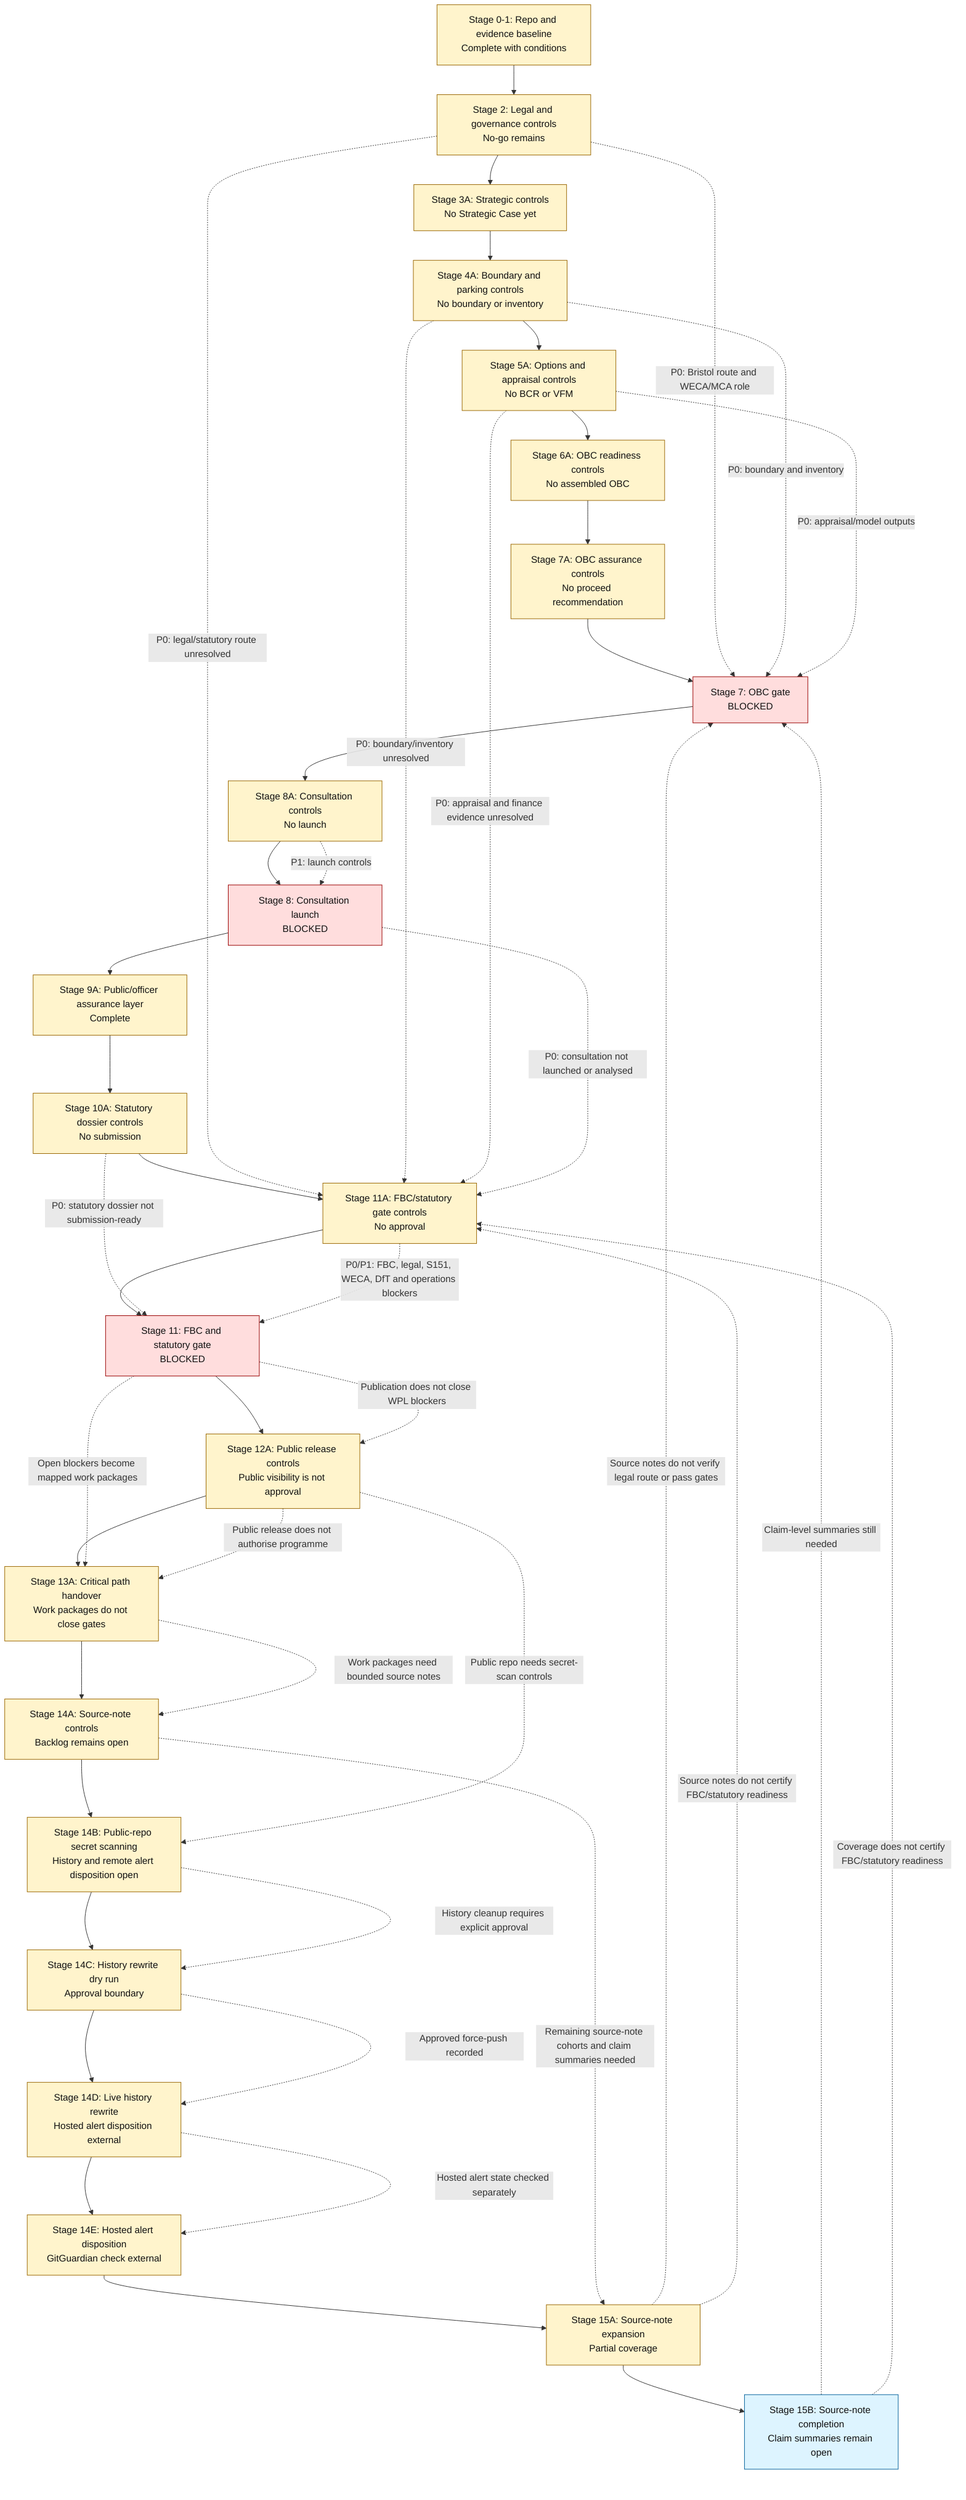
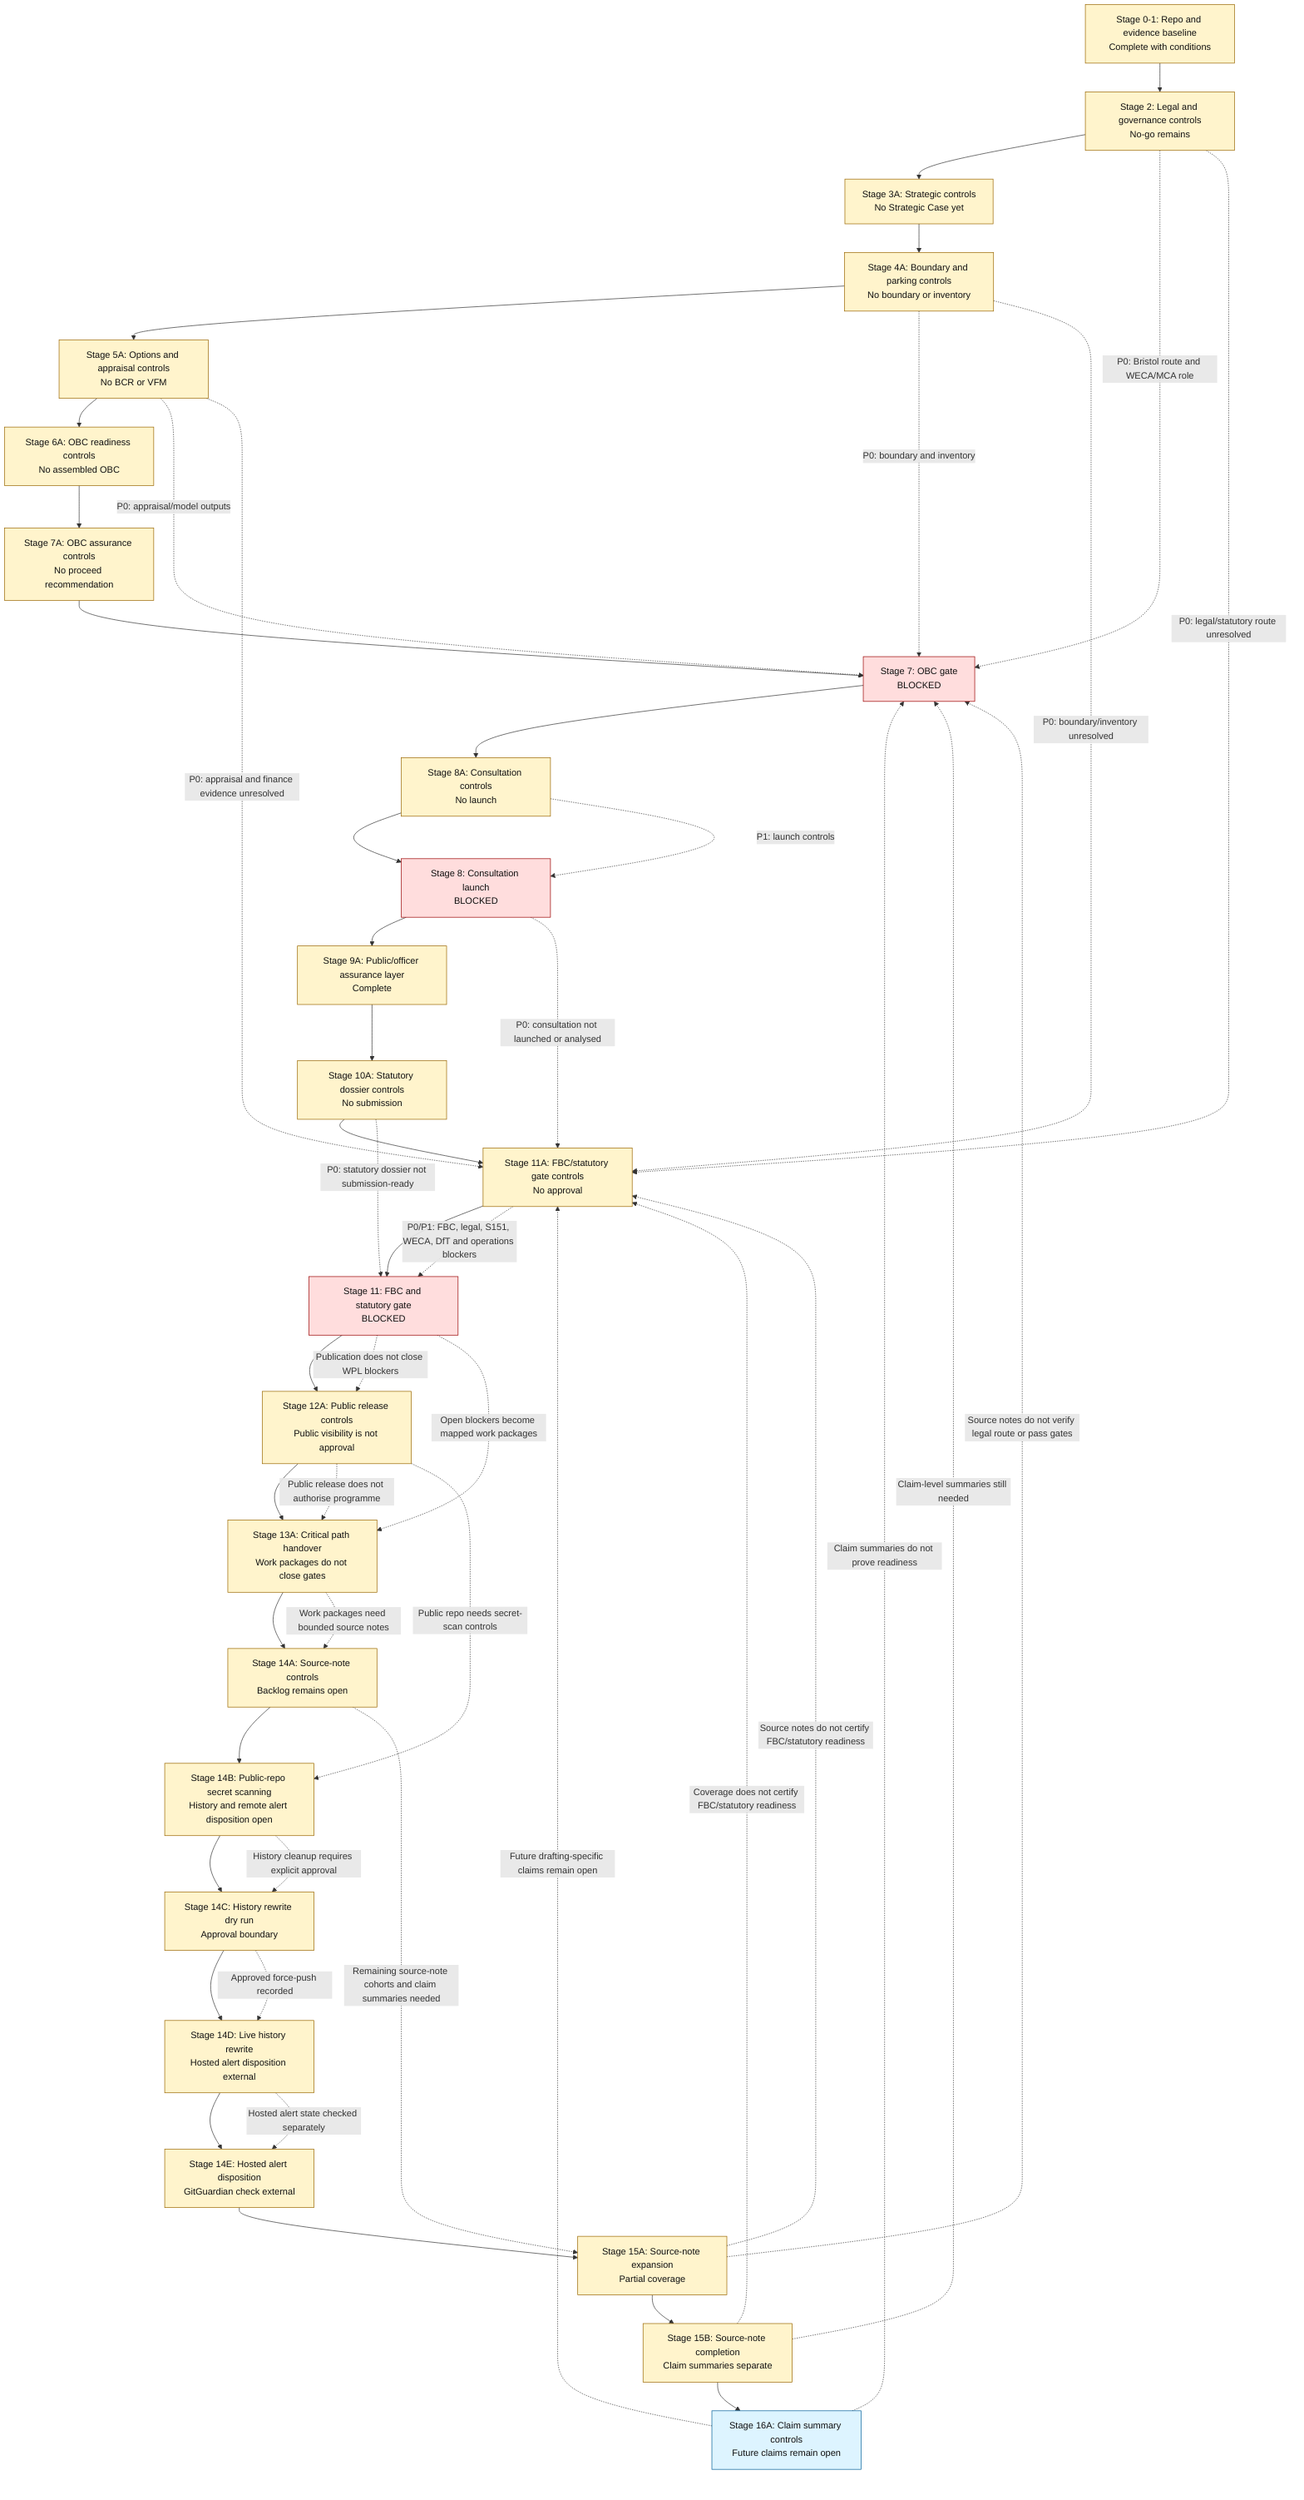
flowchart TD
    A["Stage 0-1: Repo and evidence baseline<br/>Complete with conditions"] --> B["Stage 2: Legal and governance controls<br/>No-go remains"]
    B --> C["Stage 3A: Strategic controls<br/>No Strategic Case yet"]
    C --> D["Stage 4A: Boundary and parking controls<br/>No boundary or inventory"]
    D --> E["Stage 5A: Options and appraisal controls<br/>No BCR or VFM"]
    E --> F["Stage 6A: OBC readiness controls<br/>No assembled OBC"]
    F --> F2["Stage 7A: OBC assurance controls<br/>No proceed recommendation"]
    F2 --> G["Stage 7: OBC gate<br/>BLOCKED"]
    G --> H["Stage 8A: Consultation controls<br/>No launch"]
    H --> I["Stage 8: Consultation launch<br/>BLOCKED"]
    I --> J["Stage 9A: Public/officer assurance layer<br/>Complete"]
    J --> J2["Stage 10A: Statutory dossier controls<br/>No submission"]
    J2 --> K2["Stage 11A: FBC/statutory gate controls<br/>No approval"]
    K2 --> K["Stage 11: FBC and statutory gate<br/>BLOCKED"]
    K --> L["Stage 12A: Public release controls<br/>Public visibility is not approval"]
    L --> M["Stage 13A: Critical path handover<br/>Work packages do not close gates"]
    M --> N["Stage 14A: Source-note controls<br/>Backlog remains open"]
    N --> O["Stage 14B: Public-repo secret scanning<br/>History and remote alert disposition open"]
    O --> P["Stage 14C: History rewrite dry run<br/>Approval boundary"]
    P --> Q["Stage 14D: Live history rewrite<br/>Hosted alert disposition external"]
    Q --> R["Stage 14E: Hosted alert disposition<br/>GitGuardian check external"]
    R --> S["Stage 15A: Source-note expansion<br/>Partial coverage"]
-     S --> T["Stage 15B: Source-note completion<br/>Claim summaries remain open"]
+     S --> T["Stage 15B: Source-note completion<br/>Claim summaries separate"]
+     T --> U["Stage 16A: Claim summary controls<br/>Future claims remain open"]

    B -. "P0: Bristol route and WECA/MCA role" .-> G
    D -. "P0: boundary and inventory" .-> G
    E -. "P0: appraisal/model outputs" .-> G
    H -. "P1: launch controls" .-> I
    B -. "P0: legal/statutory route unresolved" .-> K2
    D -. "P0: boundary/inventory unresolved" .-> K2
    E -. "P0: appraisal and finance evidence unresolved" .-> K2
    I -. "P0: consultation not launched or analysed" .-> K2
    J2 -. "P0: statutory dossier not submission-ready" .-> K
    K2 -. "P0/P1: FBC, legal, S151, WECA, DfT and operations blockers" .-> K
    K -. "Publication does not close WPL blockers" .-> L
    K -. "Open blockers become mapped work packages" .-> M
    L -. "Public release does not authorise programme" .-> M
    M -. "Work packages need bounded source notes" .-> N
    L -. "Public repo needs secret-scan controls" .-> O
    O -. "History cleanup requires explicit approval" .-> P
    P -. "Approved force-push recorded" .-> Q
    Q -. "Hosted alert state checked separately" .-> R
    N -. "Remaining source-note cohorts and claim summaries needed" .-> S
    S -. "Source notes do not verify legal route or pass gates" .-> G
    S -. "Source notes do not certify FBC/statutory readiness" .-> K2
    T -. "Claim-level summaries still needed" .-> G
    T -. "Coverage does not certify FBC/statutory readiness" .-> K2
+     U -. "Claim summaries do not prove readiness" .-> G
+     U -. "Future drafting-specific claims remain open" .-> K2

    classDef blocked fill:#ffdddd,stroke:#990000,color:#111111;
    classDef control fill:#fff4cc,stroke:#996600,color:#111111;
    classDef current fill:#ddf4ff,stroke:#005f99,color:#111111;

    class G,I,K blocked;
-     class A,B,C,D,E,F,F2,H,J,J2,K2,L,M,N,O,P,Q,R,S control;
-     class T current;
+     class A,B,C,D,E,F,F2,H,J,J2,K2,L,M,N,O,P,Q,R,S,T control;
+     class U current;
